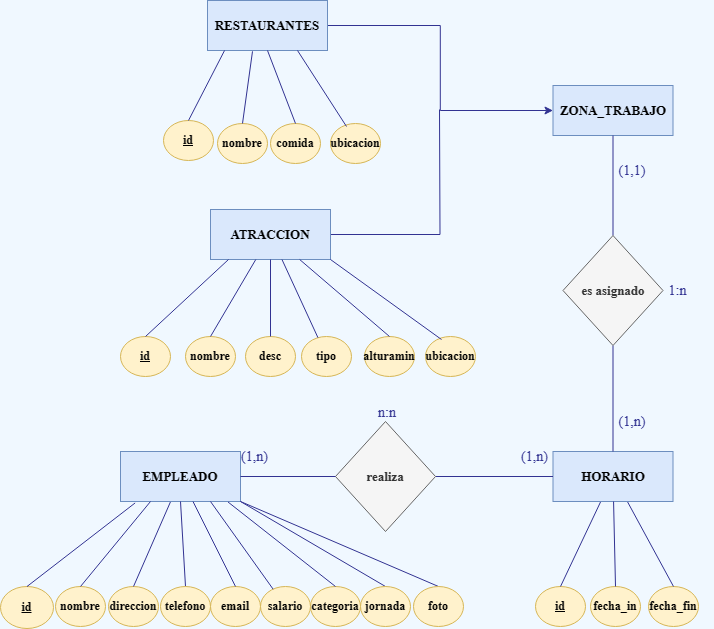
Before: target/classes/m03/projectefinalpa/web/imagenesWeb/diagrama.png, a diagram exported from draw.io (JoanMarquenoSureda/ProjecteFinalPA). Source tidied: cells renumbered, new cells last; positions are measured from the earlier drawing's top-left corner, leaving out a move shared by most shapes.
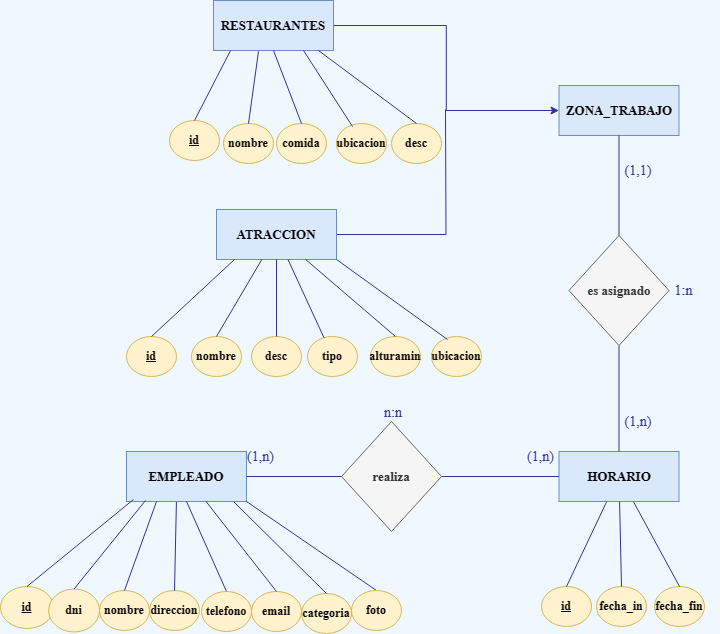
The same file after the commit.

The edit, as a diff of the source:
```diff
@@ -74,31 +74,25 @@
       <mxGeometry x="120" y="451" width="120" height="50" as="geometry" />
     </mxCell>
     <mxCell id="25" value="nombre" style="ellipse;whiteSpace=wrap;html=1;align=center;fontFamily=Now Bold;fillColor=#fff2cc;strokeColor=#d6b656;fontStyle=1;fontSize=12;" parent="1" vertex="1">
-      <mxGeometry x="55" y="586" width="50" height="40" as="geometry" />
+      <mxGeometry x="93" y="590" width="50" height="40" as="geometry" />
     </mxCell>
     <mxCell id="26" style="endArrow=none;html=1;rounded=0;exitX=0.5;exitY=0;exitDx=0;exitDy=0;strokeColor=#323392;entryX=0.25;entryY=1;entryDx=0;entryDy=0;" parent="1" edge="1" source="25" target="24">
       <mxGeometry relative="1" as="geometry" />
     </mxCell>
     <mxCell id="27" value="direccion" style="ellipse;whiteSpace=wrap;html=1;align=center;fontFamily=Now Bold;fillColor=#fff2cc;strokeColor=#d6b656;fontStyle=1;fontSize=12;" parent="1" vertex="1">
-      <mxGeometry x="108" y="586" width="50" height="40" as="geometry" />
+      <mxGeometry x="143" y="590" width="50" height="40" as="geometry" />
     </mxCell>
-    <mxCell id="28" value="salario" style="ellipse;whiteSpace=wrap;html=1;align=center;fontFamily=Now Bold;fillColor=#fff2cc;strokeColor=#d6b656;fontStyle=1;fontSize=12;" parent="1" vertex="1">
-      <mxGeometry x="260" y="586" width="50" height="40" as="geometry" />
-    </mxCell>
     <mxCell id="29" style="endArrow=none;html=1;rounded=0;exitX=0.5;exitY=0;exitDx=0;exitDy=0;strokeColor=#323392;entryX=0.416;entryY=1.01;entryDx=0;entryDy=0;entryPerimeter=0;" parent="1" edge="1" source="27" target="24">
       <mxGeometry relative="1" as="geometry" />
     </mxCell>
-    <mxCell id="30" style="endArrow=none;html=1;rounded=0;strokeColor=#323392;entryX=0.75;entryY=1;entryDx=0;entryDy=0;" parent="1" edge="1" source="28" target="24">
-      <mxGeometry relative="1" as="geometry" />
-    </mxCell>
     <mxCell id="31" value="&lt;u style=&quot;font-size: 12px;&quot;&gt;id&lt;/u&gt;" style="ellipse;whiteSpace=wrap;html=1;align=center;fontFamily=Now Bold;fillColor=#fff2cc;strokeColor=#d6b656;fontStyle=1;fontSize=12;" parent="1" vertex="1">
-      <mxGeometry y="586" width="53" height="42" as="geometry" />
+      <mxGeometry x="-6" y="586" width="53" height="42" as="geometry" />
     </mxCell>
-    <mxCell id="32" style="endArrow=none;html=1;rounded=0;exitX=0.5;exitY=0;exitDx=0;exitDy=0;strokeColor=#323392;entryX=0.122;entryY=1.029;entryDx=0;entryDy=0;entryPerimeter=0;" parent="1" edge="1" source="31" target="24">
+    <mxCell id="32" style="endArrow=none;html=1;rounded=0;exitX=0.5;exitY=0;exitDx=0;exitDy=0;strokeColor=#323392;entryX=0.058;entryY=0.96;entryDx=0;entryDy=0;entryPerimeter=0;" parent="1" edge="1" source="31" target="24">
       <mxGeometry relative="1" as="geometry" />
     </mxCell>
     <mxCell id="33" value="categoria" style="ellipse;whiteSpace=wrap;html=1;align=center;fontFamily=Now Bold;fillColor=#fff2cc;strokeColor=#d6b656;fontStyle=1;fontSize=12;" parent="1" vertex="1">
-      <mxGeometry x="310" y="586" width="50" height="40" as="geometry" />
+      <mxGeometry x="295" y="593" width="50" height="40" as="geometry" />
     </mxCell>
     <mxCell id="34" style="endArrow=none;html=1;rounded=0;exitX=0.5;exitY=0;exitDx=0;exitDy=0;strokeColor=#323392;entryX=0.896;entryY=1.01;entryDx=0;entryDy=0;entryPerimeter=0;" parent="1" edge="1" source="33" target="24">
       <mxGeometry relative="1" as="geometry" />
@@ -107,10 +101,10 @@
       <mxGeometry relative="1" as="geometry" />
     </mxCell>
     <mxCell id="36" value="telefono" style="ellipse;whiteSpace=wrap;html=1;align=center;fontFamily=Now Bold;fillColor=#fff2cc;strokeColor=#d6b656;fontStyle=1;fontSize=12;" parent="1" vertex="1">
-      <mxGeometry x="160" y="586" width="50" height="40" as="geometry" />
+      <mxGeometry x="195" y="591" width="50" height="40" as="geometry" />
     </mxCell>
     <mxCell id="37" value="email" style="ellipse;whiteSpace=wrap;html=1;align=center;fontFamily=Now Bold;fillColor=#fff2cc;strokeColor=#d6b656;fontStyle=1;fontSize=12;" parent="1" vertex="1">
-      <mxGeometry x="210" y="586" width="50" height="40" as="geometry" />
+      <mxGeometry x="245" y="591" width="50" height="40" as="geometry" />
     </mxCell>
     <mxCell id="38" style="endArrow=none;html=1;rounded=0;exitX=0.5;exitY=0;exitDx=0;exitDy=0;strokeColor=#323392;" parent="1" edge="1" source="37" target="24">
       <mxGeometry relative="1" as="geometry" />
@@ -178,12 +172,6 @@
     <mxCell id="59" style="endArrow=none;html=1;rounded=0;entryX=1;entryY=1;entryDx=0;entryDy=0;exitX=0.32;exitY=0.075;exitDx=0;exitDy=0;exitPerimeter=0;strokeColor=#323392;" parent="1" edge="1" source="58" target="3">
       <mxGeometry relative="1" as="geometry" />
     </mxCell>
-    <mxCell id="60" style="endArrow=none;html=1;rounded=0;entryX=1;entryY=1;entryDx=0;entryDy=0;exitX=0.5;exitY=0;exitDx=0;exitDy=0;strokeColor=#323392;" parent="1" edge="1" source="61" target="24">
-      <mxGeometry relative="1" as="geometry" />
-    </mxCell>
-    <mxCell id="61" value="jornada" style="ellipse;whiteSpace=wrap;html=1;align=center;fontFamily=Now Bold;fillColor=#fff2cc;strokeColor=#d6b656;fontStyle=1;fontSize=12;" parent="1" vertex="1">
-      <mxGeometry x="360" y="586" width="50" height="40" as="geometry" />
-    </mxCell>
     <mxCell id="62" style="edgeStyle=orthogonalEdgeStyle;rounded=0;jettySize=auto;html=1;startArrow=none;startFill=0;endArrow=none;endFill=0;strokeColor=#323392;entryX=0;entryY=0.5;entryDx=0;entryDy=0;exitX=1;exitY=0.5;exitDx=0;exitDy=0;" parent="1" edge="1" source="24" target="47">
       <mxGeometry relative="1" as="geometry" />
     </mxCell>
@@ -191,7 +179,19 @@
       <mxGeometry relative="1" as="geometry" />
     </mxCell>
     <mxCell id="64" value="foto" style="ellipse;whiteSpace=wrap;html=1;align=center;fontFamily=Now Bold;fillColor=#fff2cc;strokeColor=#d6b656;fontStyle=1;fontSize=12;" parent="1" vertex="1">
-      <mxGeometry x="413" y="586" width="50" height="40" as="geometry" />
+      <mxGeometry x="345" y="590" width="50" height="40" as="geometry" />
     </mxCell>
+    <mxCell id="65" value="desc" style="ellipse;whiteSpace=wrap;html=1;align=center;fontFamily=Now Bold;fillColor=#fff2cc;strokeColor=#d6b656;fontStyle=1;fontSize=12;" parent="1" vertex="1">
+      <mxGeometry x="385" y="123" width="50" height="40" as="geometry" />
+    </mxCell>
+    <mxCell id="66" style="endArrow=none;html=1;rounded=0;exitX=0.5;exitY=0;exitDx=0;exitDy=0;strokeColor=#323392;entryX=0.875;entryY=1;entryDx=0;entryDy=0;entryPerimeter=0;" parent="1" edge="1" source="65" target="13">
+      <mxGeometry relative="1" as="geometry" />
+    </mxCell>
+    <mxCell id="67" value="&lt;span style=&quot;font-size: 12px;&quot;&gt;dni&lt;/span&gt;" style="ellipse;whiteSpace=wrap;html=1;align=center;fontFamily=Now Bold;fillColor=#fff2cc;strokeColor=#d6b656;fontStyle=1;fontSize=12;" parent="1" vertex="1">
+      <mxGeometry x="42.1" y="588.5" width="50.9" height="43" as="geometry" />
+    </mxCell>
+    <mxCell id="68" style="endArrow=none;html=1;rounded=0;exitX=0.5;exitY=0;exitDx=0;exitDy=0;strokeColor=#323392;entryX=0.158;entryY=0.98;entryDx=0;entryDy=0;entryPerimeter=0;" parent="1" edge="1" source="67" target="24">
+      <mxGeometry relative="1" as="geometry" />
+    </mxCell>
   </root>
 </mxGraphModel>
```
